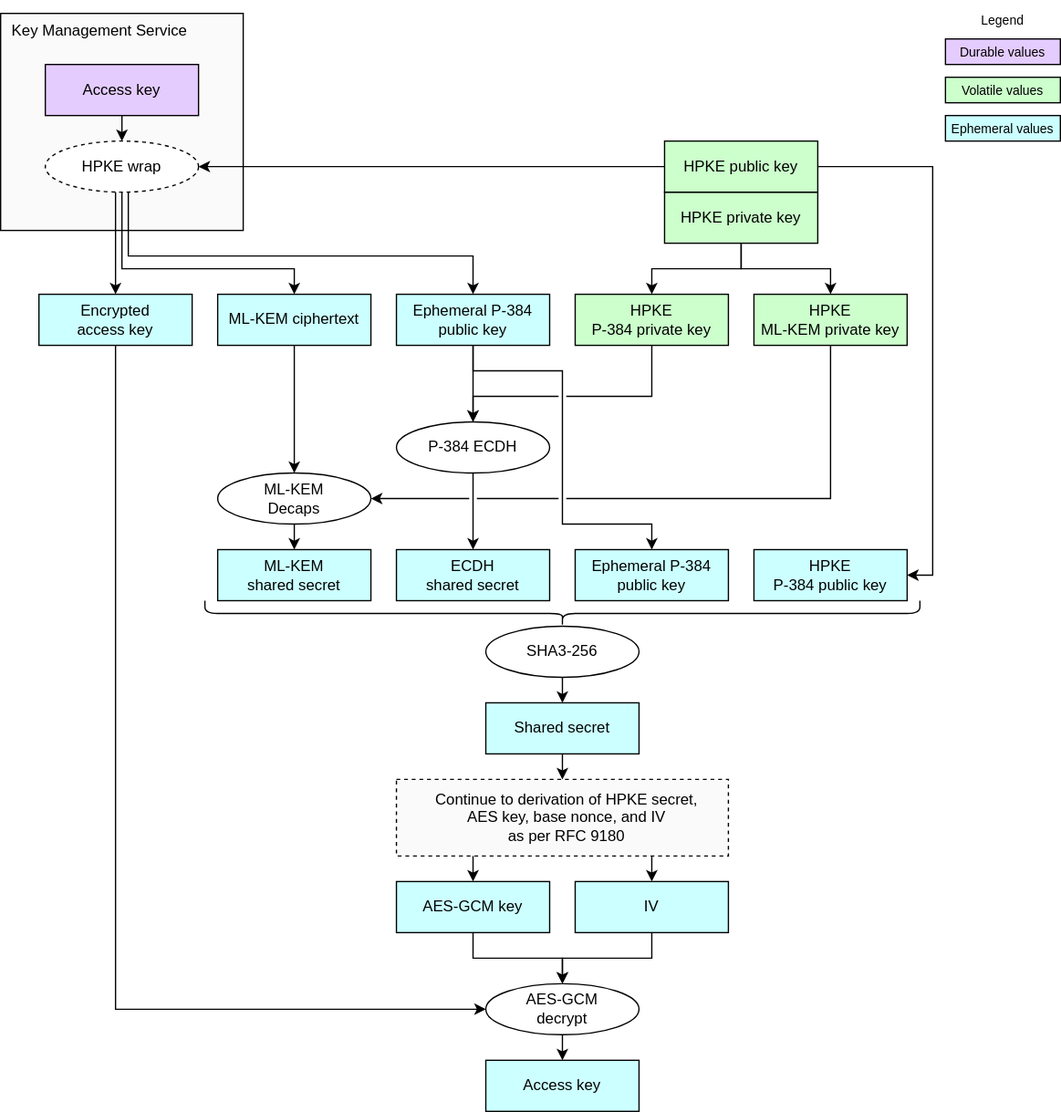
Above: doc/ocp_lock/diagrams/mpk_access_key_hybrid_unwrap.drawio.svg in chipsalliance/Caliptra (draw.io), before the change. Source tidied: cells renumbered, new cells last; positions are measured from the earlier drawing's top-left corner, leaving out a move shared by most shapes. Its diagram source:
```xml
<mxGraphModel background="#FFFFFF">
  <root>
    <mxCell id="0" />
    <mxCell id="1" parent="0" />
    <mxCell id="2" value="Key Management Service" style="rounded=0;whiteSpace=wrap;html=1;fillColor=#FAFAFA;strokeColor=#000000;align=left;verticalAlign=top;spacingLeft=7;" parent="1" vertex="1">
      <mxGeometry y="10" width="190" height="170" as="geometry" />
    </mxCell>
    <mxCell id="3" value="&lt;div&gt;&lt;font color=&quot;#000000&quot;&gt;HPKE private key&lt;/font&gt;&lt;/div&gt;" style="rounded=0;whiteSpace=wrap;html=1;align=center;verticalAlign=middle;shadow=0;glass=0;spacingLeft=0;spacingBottom=0;spacingTop=0;fillColor=#CCFFCC;" parent="1" vertex="1">
      <mxGeometry x="520" y="150" width="120" height="40" as="geometry" />
    </mxCell>
    <mxCell id="4" value="HPKE wrap" style="ellipse;whiteSpace=wrap;html=1;fillColor=#FFFFFF;dashed=1;" parent="1" vertex="1">
      <mxGeometry x="35" y="110" width="120" height="40" as="geometry" />
    </mxCell>
    <mxCell id="5" value="&lt;div&gt;&lt;font color=&quot;#000000&quot;&gt;HPKE public key&lt;/font&gt;&lt;/div&gt;" style="rounded=0;whiteSpace=wrap;html=1;align=center;verticalAlign=middle;shadow=0;glass=0;spacingLeft=0;spacingBottom=0;spacingTop=0;fillColor=#CCFFCC;" parent="1" vertex="1">
      <mxGeometry x="520" y="110" width="120" height="40" as="geometry" />
    </mxCell>
    <mxCell id="6" style="edgeStyle=segmentEdgeStyle;endArrow=classic;html=1;curved=0;rounded=0;endSize=6;startSize=6;exitX=0;exitY=0.5;exitDx=0;exitDy=0;entryX=1;entryY=0.5;entryDx=0;entryDy=0;" parent="1" edge="1" source="5" target="4">
      <mxGeometry relative="1" as="geometry">
        <Array as="points">
          <mxPoint x="445" y="130" />
          <mxPoint x="445" y="130" />
        </Array>
      </mxGeometry>
    </mxCell>
    <mxCell id="7" style="edgeStyle=segmentEdgeStyle;endArrow=classic;html=1;curved=0;rounded=0;endSize=6;startSize=6;entryX=0.5;entryY=0;entryDx=0;entryDy=0;exitX=0.5;exitY=1;exitDx=0;exitDy=0;" parent="1" edge="1" target="14">
      <mxGeometry relative="1" as="geometry">
        <mxPoint x="100" y="150" as="sourcePoint" />
        <Array as="points">
          <mxPoint x="100" y="200" />
          <mxPoint x="370" y="200" />
        </Array>
      </mxGeometry>
    </mxCell>
    <mxCell id="8" value="&lt;div&gt;&lt;font color=&quot;#000000&quot;&gt;Access key&lt;/font&gt;&lt;/div&gt;" style="rounded=0;whiteSpace=wrap;html=1;align=center;verticalAlign=middle;shadow=0;glass=0;spacingLeft=0;spacingBottom=0;spacingTop=0;fillColor=#E5CCFF;" parent="1" vertex="1">
      <mxGeometry x="35" y="50" width="120" height="40" as="geometry" />
    </mxCell>
    <mxCell id="9" style="endArrow=classic;html=1;exitX=0.5;exitY=1;exitDx=0;exitDy=0;entryX=0.5;entryY=0;entryDx=0;entryDy=0;" parent="1" edge="1" source="8" target="4">
      <mxGeometry relative="1" as="geometry" />
    </mxCell>
    <mxCell id="10" value="&lt;div&gt;&lt;font color=&quot;#000000&quot;&gt;Durable values&lt;/font&gt;&lt;/div&gt;" style="rounded=0;whiteSpace=wrap;html=1;align=center;verticalAlign=middle;shadow=0;glass=0;spacingLeft=0;spacingBottom=0;spacingTop=0;fillColor=#E5CCFF;fontSize=10;" parent="1" vertex="1">
      <mxGeometry x="740" y="30" width="90" height="20" as="geometry" />
    </mxCell>
    <mxCell id="11" value="Legend" style="text;strokeColor=none;align=center;fillColor=none;html=1;verticalAlign=middle;whiteSpace=wrap;rounded=0;fontSize=10;" parent="1" vertex="1">
      <mxGeometry x="755" width="60" height="30" as="geometry" />
    </mxCell>
    <mxCell id="12" value="&lt;div&gt;&lt;font color=&quot;#000000&quot;&gt;Volatile values&lt;/font&gt;&lt;/div&gt;" style="rounded=0;whiteSpace=wrap;html=1;align=center;verticalAlign=middle;shadow=0;glass=0;spacingLeft=0;spacingBottom=0;spacingTop=0;fillColor=#CCFFCC;fontSize=10;" parent="1" vertex="1">
      <mxGeometry x="740" y="60" width="90" height="20" as="geometry" />
    </mxCell>
    <mxCell id="13" value="&lt;div&gt;&lt;font color=&quot;#000000&quot;&gt;Ephemeral values&lt;/font&gt;&lt;/div&gt;" style="rounded=0;whiteSpace=wrap;html=1;align=center;verticalAlign=middle;shadow=0;glass=0;spacingLeft=0;spacingBottom=0;spacingTop=0;fillColor=#CCFFFF;fontSize=10;" parent="1" vertex="1">
      <mxGeometry x="740" y="90" width="90" height="20" as="geometry" />
    </mxCell>
    <mxCell id="14" value="&lt;div&gt;&lt;font color=&quot;#000000&quot;&gt;Ephemeral P-384&lt;/font&gt;&lt;/div&gt;&lt;div&gt;&lt;font color=&quot;#000000&quot;&gt;public key&lt;/font&gt;&lt;/div&gt;" style="rounded=0;whiteSpace=wrap;html=1;align=center;verticalAlign=middle;shadow=0;glass=0;spacingLeft=0;spacingBottom=0;spacingTop=0;fillColor=#CCFFFF;" parent="1" vertex="1">
      <mxGeometry x="310" y="230" width="120" height="40" as="geometry" />
    </mxCell>
    <mxCell id="15" value="&lt;div&gt;&lt;font color=&quot;#000000&quot;&gt;Encrypted&lt;/font&gt;&lt;/div&gt;&lt;div&gt;&lt;font color=&quot;#000000&quot;&gt;access key&lt;/font&gt;&lt;/div&gt;" style="rounded=0;whiteSpace=wrap;html=1;align=center;verticalAlign=middle;shadow=0;glass=0;spacingLeft=0;spacingBottom=0;spacingTop=0;fillColor=#CCFFFF;" parent="1" vertex="1">
      <mxGeometry x="30" y="230" width="120" height="40" as="geometry" />
    </mxCell>
    <mxCell id="16" style="edgeStyle=segmentEdgeStyle;endArrow=classic;html=1;curved=0;rounded=0;endSize=6;startSize=6;entryX=0.5;entryY=0;entryDx=0;entryDy=0;exitX=0.5;exitY=1;exitDx=0;exitDy=0;" parent="1" edge="1" target="15">
      <mxGeometry relative="1" as="geometry">
        <mxPoint x="90" y="150" as="sourcePoint" />
      </mxGeometry>
    </mxCell>
    <mxCell id="17" value="&lt;div&gt;&lt;font color=&quot;#000000&quot;&gt;ML-KEM ciphertext&lt;/font&gt;&lt;/div&gt;" style="rounded=0;whiteSpace=wrap;html=1;align=center;verticalAlign=middle;shadow=0;glass=0;spacingLeft=0;spacingBottom=0;spacingTop=0;fillColor=#CCFFFF;" parent="1" vertex="1">
      <mxGeometry x="170" y="230" width="120" height="40" as="geometry" />
    </mxCell>
    <mxCell id="18" style="edgeStyle=segmentEdgeStyle;endArrow=classic;html=1;curved=0;rounded=0;endSize=6;startSize=6;entryX=0.5;entryY=0;entryDx=0;entryDy=0;exitX=0.5;exitY=1;exitDx=0;exitDy=0;" parent="1" edge="1" source="4" target="17">
      <mxGeometry relative="1" as="geometry">
        <Array as="points">
          <mxPoint x="95" y="210" />
          <mxPoint x="230" y="210" />
        </Array>
      </mxGeometry>
    </mxCell>
    <mxCell id="19" value="&lt;div&gt;&lt;font color=&quot;#000000&quot;&gt;HPKE&lt;/font&gt;&lt;/div&gt;&lt;div&gt;&lt;font color=&quot;#000000&quot;&gt;P-384 private key&lt;/font&gt;&lt;/div&gt;" style="rounded=0;whiteSpace=wrap;html=1;align=center;verticalAlign=middle;shadow=0;glass=0;spacingLeft=0;spacingBottom=0;spacingTop=0;fillColor=#CCFFCC;" parent="1" vertex="1">
      <mxGeometry x="450" y="230" width="120" height="40" as="geometry" />
    </mxCell>
    <mxCell id="20" value="&lt;div&gt;&lt;font color=&quot;#000000&quot;&gt;HPKE&lt;/font&gt;&lt;/div&gt;&lt;div&gt;&lt;font color=&quot;#000000&quot;&gt;ML-KEM private key&lt;/font&gt;&lt;/div&gt;" style="rounded=0;whiteSpace=wrap;html=1;align=center;verticalAlign=middle;shadow=0;glass=0;spacingLeft=0;spacingBottom=0;spacingTop=0;fillColor=#CCFFCC;" parent="1" vertex="1">
      <mxGeometry x="590" y="230" width="120" height="40" as="geometry" />
    </mxCell>
    <mxCell id="21" value="P-384 ECDH" style="ellipse;whiteSpace=wrap;html=1;fillColor=#FFFFFF;" parent="1" vertex="1">
      <mxGeometry x="310" y="330" width="120" height="40" as="geometry" />
    </mxCell>
    <mxCell id="22" style="endArrow=classic;html=1;rounded=0;endSize=6;startSize=6;exitX=0.5;exitY=1;exitDx=0;exitDy=0;entryX=0.5;entryY=0;entryDx=0;entryDy=0;" parent="1" edge="1" source="14" target="21">
      <mxGeometry relative="1" as="geometry" />
    </mxCell>
    <mxCell id="23" value="ML-KEM&lt;div&gt;Decaps&lt;/div&gt;" style="ellipse;whiteSpace=wrap;html=1;fillColor=#FFFFFF;" parent="1" vertex="1">
      <mxGeometry x="170" y="370" width="120" height="40" as="geometry" />
    </mxCell>
    <mxCell id="24" style="edgeStyle=segmentEdgeStyle;endArrow=classic;html=1;curved=0;rounded=0;endSize=6;startSize=6;exitX=0.5;exitY=1;exitDx=0;exitDy=0;entryX=0.5;entryY=0;entryDx=0;entryDy=0;" parent="1" edge="1" source="17" target="23">
      <mxGeometry relative="1" as="geometry">
        <Array as="points">
          <mxPoint x="230" y="360" />
          <mxPoint x="230" y="360" />
        </Array>
      </mxGeometry>
    </mxCell>
    <mxCell id="25" value="&lt;div&gt;&lt;font color=&quot;#000000&quot;&gt;ML-KEM&lt;/font&gt;&lt;/div&gt;&lt;div&gt;&lt;font color=&quot;#000000&quot;&gt;shared secret&lt;/font&gt;&lt;/div&gt;" style="rounded=0;whiteSpace=wrap;html=1;align=center;verticalAlign=middle;shadow=0;glass=0;spacingLeft=0;spacingBottom=0;spacingTop=0;fillColor=#CCFFFF;" parent="1" vertex="1">
      <mxGeometry x="170" y="430" width="120" height="40" as="geometry" />
    </mxCell>
    <mxCell id="26" value="&lt;div&gt;&lt;font color=&quot;#000000&quot;&gt;ECDH&lt;/font&gt;&lt;/div&gt;&lt;div&gt;&lt;font color=&quot;#000000&quot;&gt;shared secret&lt;/font&gt;&lt;/div&gt;" style="rounded=0;whiteSpace=wrap;html=1;align=center;verticalAlign=middle;shadow=0;glass=0;spacingLeft=0;spacingBottom=0;spacingTop=0;fillColor=#CCFFFF;" parent="1" vertex="1">
      <mxGeometry x="310" y="430" width="120" height="40" as="geometry" />
    </mxCell>
    <mxCell id="27" value="&lt;div&gt;&lt;font&gt;Ephemeral P-384&lt;/font&gt;&lt;/div&gt;&lt;div&gt;&lt;font&gt;public key&lt;/font&gt;&lt;/div&gt;" style="rounded=0;whiteSpace=wrap;html=1;align=center;verticalAlign=middle;shadow=0;glass=0;spacingLeft=0;spacingBottom=0;spacingTop=0;fillColor=#CCFFFF;" parent="1" vertex="1">
      <mxGeometry x="450" y="430" width="120" height="40" as="geometry" />
    </mxCell>
    <mxCell id="28" value="&lt;div&gt;&lt;font color=&quot;#000000&quot;&gt;HPKE&lt;/font&gt;&lt;/div&gt;&lt;div&gt;&lt;font color=&quot;#000000&quot;&gt;P-384 public key&lt;/font&gt;&lt;/div&gt;" style="rounded=0;whiteSpace=wrap;html=1;align=center;verticalAlign=middle;shadow=0;glass=0;spacingLeft=0;spacingBottom=0;spacingTop=0;fillColor=#CCFFFF;" parent="1" vertex="1">
      <mxGeometry x="590" y="430" width="120" height="40" as="geometry" />
    </mxCell>
    <mxCell id="29" style="edgeStyle=segmentEdgeStyle;endArrow=classic;html=1;curved=0;rounded=0;endSize=6;startSize=6;exitX=0.5;exitY=1;exitDx=0;exitDy=0;entryX=0.5;entryY=0;entryDx=0;entryDy=0;jumpStyle=none;" parent="1" edge="1" source="14" target="27">
      <mxGeometry relative="1" as="geometry">
        <Array as="points">
          <mxPoint x="370" y="290" />
          <mxPoint x="440" y="290" />
          <mxPoint x="440" y="410" />
          <mxPoint x="510" y="410" />
        </Array>
      </mxGeometry>
    </mxCell>
    <mxCell id="30" style="endArrow=classic;html=1;exitX=0.5;exitY=1;exitDx=0;exitDy=0;entryX=0.5;entryY=0;entryDx=0;entryDy=0;jumpStyle=none;" parent="1" edge="1" source="21" target="26">
      <mxGeometry relative="1" as="geometry" />
    </mxCell>
    <mxCell id="31" style="endArrow=classic;html=1;exitX=0.5;exitY=1;exitDx=0;exitDy=0;" parent="1" edge="1" source="23" target="25">
      <mxGeometry relative="1" as="geometry" />
    </mxCell>
    <mxCell id="32" style="edgeStyle=segmentEdgeStyle;endArrow=classic;html=1;curved=0;rounded=0;endSize=6;startSize=6;exitX=0.5;exitY=1;exitDx=0;exitDy=0;entryX=0.5;entryY=0;entryDx=0;entryDy=0;" parent="1" edge="1" source="3" target="20">
      <mxGeometry relative="1" as="geometry">
        <Array as="points">
          <mxPoint x="580" y="210" />
          <mxPoint x="650" y="210" />
        </Array>
      </mxGeometry>
    </mxCell>
    <mxCell id="33" style="edgeStyle=segmentEdgeStyle;endArrow=classic;html=1;curved=0;rounded=0;endSize=6;startSize=6;exitX=0.5;exitY=1;exitDx=0;exitDy=0;entryX=0.5;entryY=0;entryDx=0;entryDy=0;" parent="1" edge="1" source="3" target="19">
      <mxGeometry relative="1" as="geometry">
        <Array as="points">
          <mxPoint x="580" y="210" />
          <mxPoint x="510" y="210" />
        </Array>
      </mxGeometry>
    </mxCell>
    <mxCell id="34" style="edgeStyle=segmentEdgeStyle;endArrow=classic;html=1;curved=0;rounded=0;endSize=6;startSize=6;exitX=1;exitY=0.5;exitDx=0;exitDy=0;entryX=1;entryY=0.5;entryDx=0;entryDy=0;" parent="1" edge="1" source="5" target="28">
      <mxGeometry relative="1" as="geometry">
        <Array as="points">
          <mxPoint x="730" y="130" />
          <mxPoint x="730" y="450" />
        </Array>
      </mxGeometry>
    </mxCell>
    <mxCell id="35" style="shape=curlyBracket;whiteSpace=wrap;html=1;rounded=1;flipH=1;labelPosition=right;verticalLabelPosition=middle;align=left;verticalAlign=middle;rotation=90;" parent="1" vertex="1">
      <mxGeometry x="430" y="200" width="20" height="560" as="geometry" />
    </mxCell>
    <mxCell id="36" value="SHA3-256" style="ellipse;whiteSpace=wrap;html=1;fillColor=#FFFFFF;" parent="1" vertex="1">
      <mxGeometry x="380" y="490" width="120" height="40" as="geometry" />
    </mxCell>
    <mxCell id="37" value="&lt;div&gt;&lt;font color=&quot;#000000&quot;&gt;Shared secret&lt;/font&gt;&lt;/div&gt;" style="rounded=0;whiteSpace=wrap;html=1;align=center;verticalAlign=middle;shadow=0;glass=0;spacingLeft=0;spacingBottom=0;spacingTop=0;fillColor=#CCFFFF;" parent="1" vertex="1">
      <mxGeometry x="380" y="550" width="120" height="40" as="geometry" />
    </mxCell>
    <mxCell id="38" style="endArrow=classic;html=1;exitX=0.5;exitY=1;exitDx=0;exitDy=0;" parent="1" edge="1" source="36" target="37">
      <mxGeometry relative="1" as="geometry" />
    </mxCell>
    <mxCell id="39" value="Continue to derivation of HPKE secret,&lt;div&gt;AES key, base nonce, and IV&lt;/div&gt;&lt;div&gt;as per RFC 9180&lt;/div&gt;" style="rounded=0;whiteSpace=wrap;html=1;fillColor=#FAFAFA;strokeColor=#000000;align=center;verticalAlign=middle;spacingLeft=7;dashed=1;" parent="1" vertex="1">
      <mxGeometry x="310" y="610" width="260" height="60" as="geometry" />
    </mxCell>
    <mxCell id="40" style="endArrow=classic;html=1;exitX=0.5;exitY=1;exitDx=0;exitDy=0;" parent="1" edge="1" source="37">
      <mxGeometry relative="1" as="geometry">
        <mxPoint x="440" y="610" as="targetPoint" />
      </mxGeometry>
    </mxCell>
    <mxCell id="41" value="AES-GCM&lt;div&gt;decrypt&lt;/div&gt;" style="ellipse;whiteSpace=wrap;html=1;fillColor=#FFFFFF;" parent="1" vertex="1">
      <mxGeometry x="380" y="770" width="120" height="40" as="geometry" />
    </mxCell>
    <mxCell id="42" value="Access key" style="rounded=0;whiteSpace=wrap;html=1;align=center;verticalAlign=middle;shadow=0;glass=0;spacingLeft=0;spacingBottom=0;spacingTop=0;fillColor=#CCFFFF;" parent="1" vertex="1">
      <mxGeometry x="380" y="830" width="120" height="40" as="geometry" />
    </mxCell>
    <mxCell id="43" value="AES-GCM key" style="rounded=0;whiteSpace=wrap;html=1;align=center;verticalAlign=middle;shadow=0;glass=0;spacingLeft=0;spacingBottom=0;spacingTop=0;fillColor=#CCFFFF;" parent="1" vertex="1">
      <mxGeometry x="310" y="690" width="120" height="40" as="geometry" />
    </mxCell>
    <mxCell id="44" value="IV" style="rounded=0;whiteSpace=wrap;html=1;align=center;verticalAlign=middle;shadow=0;glass=0;spacingLeft=0;spacingBottom=0;spacingTop=0;fillColor=#CCFFFF;" parent="1" vertex="1">
      <mxGeometry x="450" y="690" width="120" height="40" as="geometry" />
    </mxCell>
    <mxCell id="45" style="endArrow=classic;html=1;entryX=0.5;entryY=0;entryDx=0;entryDy=0;exitX=0.5;exitY=1;exitDx=0;exitDy=0;" parent="1" edge="1" target="43">
      <mxGeometry relative="1" as="geometry">
        <mxPoint x="370" y="670" as="sourcePoint" />
      </mxGeometry>
    </mxCell>
    <mxCell id="46" style="edgeStyle=segmentEdgeStyle;endArrow=classic;html=1;curved=0;rounded=0;endSize=6;startSize=6;exitX=0.5;exitY=1;exitDx=0;exitDy=0;entryX=0.5;entryY=0;entryDx=0;entryDy=0;" parent="1" edge="1" source="43" target="41">
      <mxGeometry relative="1" as="geometry">
        <Array as="points">
          <mxPoint x="370" y="750" />
          <mxPoint x="440" y="750" />
        </Array>
      </mxGeometry>
    </mxCell>
    <mxCell id="47" style="edgeStyle=segmentEdgeStyle;endArrow=classic;html=1;curved=0;rounded=0;endSize=6;startSize=6;exitX=0.5;exitY=1;exitDx=0;exitDy=0;entryX=0.5;entryY=0;entryDx=0;entryDy=0;" parent="1" edge="1" source="44" target="41">
      <mxGeometry relative="1" as="geometry">
        <Array as="points">
          <mxPoint x="510" y="750" />
          <mxPoint x="440" y="750" />
        </Array>
      </mxGeometry>
    </mxCell>
    <mxCell id="48" style="endArrow=classic;html=1;exitX=0.5;exitY=1;exitDx=0;exitDy=0;" parent="1" edge="1" source="41" target="42">
      <mxGeometry relative="1" as="geometry" />
    </mxCell>
    <mxCell id="49" style="edgeStyle=segmentEdgeStyle;endArrow=classic;html=1;curved=0;rounded=0;endSize=6;startSize=6;exitX=0.5;exitY=1;exitDx=0;exitDy=0;entryX=0;entryY=0.5;entryDx=0;entryDy=0;" parent="1" edge="1" source="15" target="41">
      <mxGeometry relative="1" as="geometry">
        <Array as="points">
          <mxPoint x="90" y="790" />
        </Array>
      </mxGeometry>
    </mxCell>
    <mxCell id="50" style="edgeStyle=segmentEdgeStyle;endArrow=classic;html=1;curved=0;rounded=0;endSize=6;startSize=6;exitX=0.5;exitY=1;exitDx=0;exitDy=0;entryX=0.5;entryY=0;entryDx=0;entryDy=0;jumpStyle=gap;" parent="1" edge="1" source="19" target="21">
      <mxGeometry relative="1" as="geometry">
        <Array as="points">
          <mxPoint x="510" y="310" />
          <mxPoint x="370" y="310" />
        </Array>
      </mxGeometry>
    </mxCell>
    <mxCell id="51" style="edgeStyle=orthogonalEdgeStyle;endArrow=classic;html=1;rounded=0;endSize=6;startSize=6;exitX=0.5;exitY=1;exitDx=0;exitDy=0;entryX=1;entryY=0.5;entryDx=0;entryDy=0;jumpStyle=gap;" parent="1" edge="1" source="20" target="23">
      <mxGeometry relative="1" as="geometry" />
    </mxCell>
    <mxCell id="52" style="endArrow=classic;html=1;exitX=0.5;exitY=1;exitDx=0;exitDy=0;entryX=0.5;entryY=0;entryDx=0;entryDy=0;" parent="1" edge="1" target="44">
      <mxGeometry relative="1" as="geometry">
        <mxPoint x="510" y="670" as="sourcePoint" />
      </mxGeometry>
    </mxCell>
  </root>
</mxGraphModel>
```
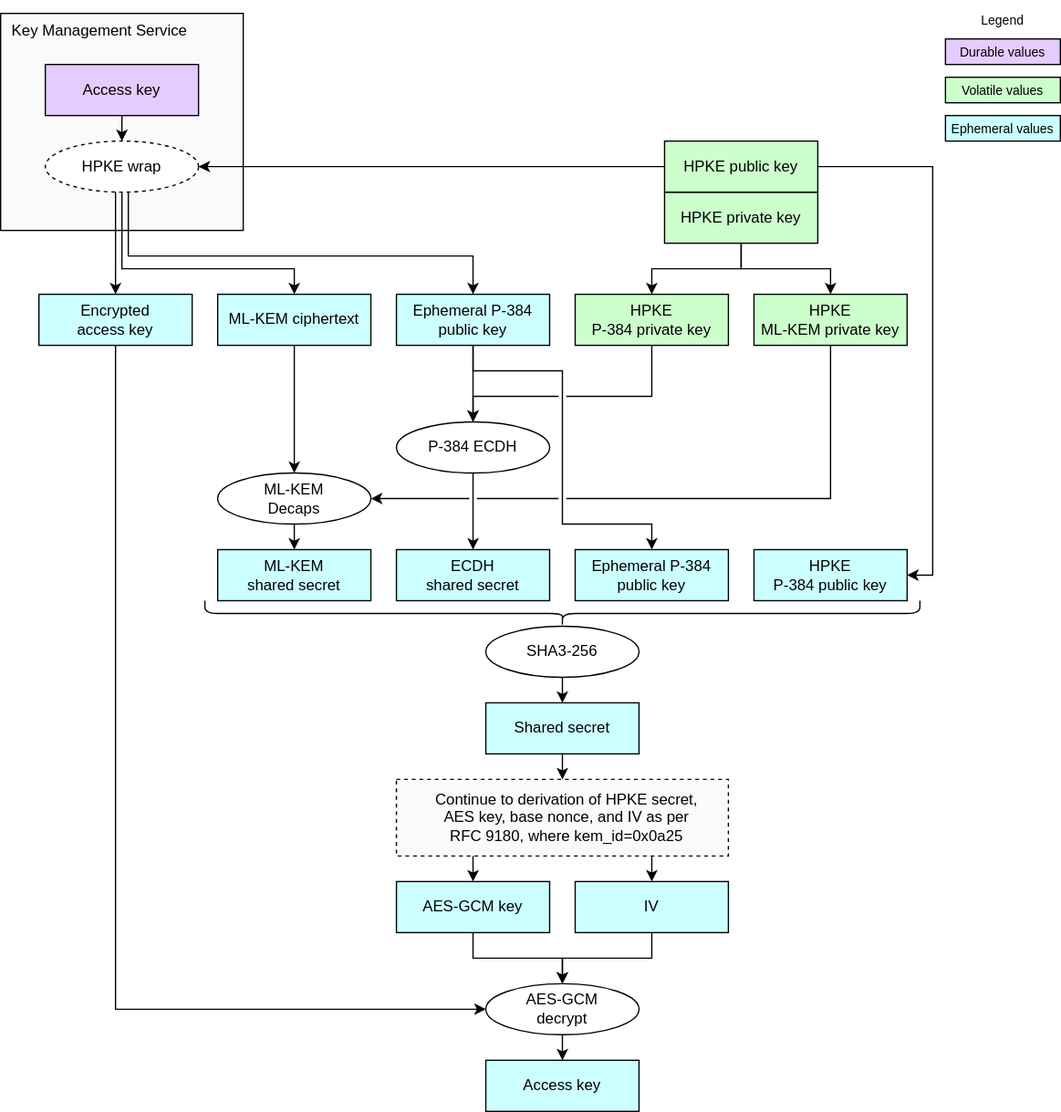
After the change.

Change to the diagram source:
```diff
@@ -158,7 +158,7 @@
     <mxCell id="38" style="endArrow=classic;html=1;exitX=0.5;exitY=1;exitDx=0;exitDy=0;" parent="1" edge="1" source="36" target="37">
       <mxGeometry relative="1" as="geometry" />
     </mxCell>
-    <mxCell id="39" value="Continue to derivation of HPKE secret,&lt;div&gt;AES key, base nonce, and IV&lt;/div&gt;&lt;div&gt;as per RFC 9180&lt;/div&gt;" style="rounded=0;whiteSpace=wrap;html=1;fillColor=#FAFAFA;strokeColor=#000000;align=center;verticalAlign=middle;spacingLeft=7;dashed=1;" parent="1" vertex="1">
+    <mxCell id="39" value="Continue to derivation of HPKE secret,&lt;div&gt;AES key, base nonce, and IV as per&lt;/div&gt;&lt;div&gt;RFC 9180, where kem_id=0x0a25&lt;/div&gt;" style="rounded=0;whiteSpace=wrap;html=1;fillColor=#FAFAFA;strokeColor=#000000;align=center;verticalAlign=middle;spacingLeft=7;dashed=1;" parent="1" vertex="1">
       <mxGeometry x="310" y="610" width="260" height="60" as="geometry" />
     </mxCell>
     <mxCell id="40" style="endArrow=classic;html=1;exitX=0.5;exitY=1;exitDx=0;exitDy=0;" parent="1" edge="1" source="37">
```
